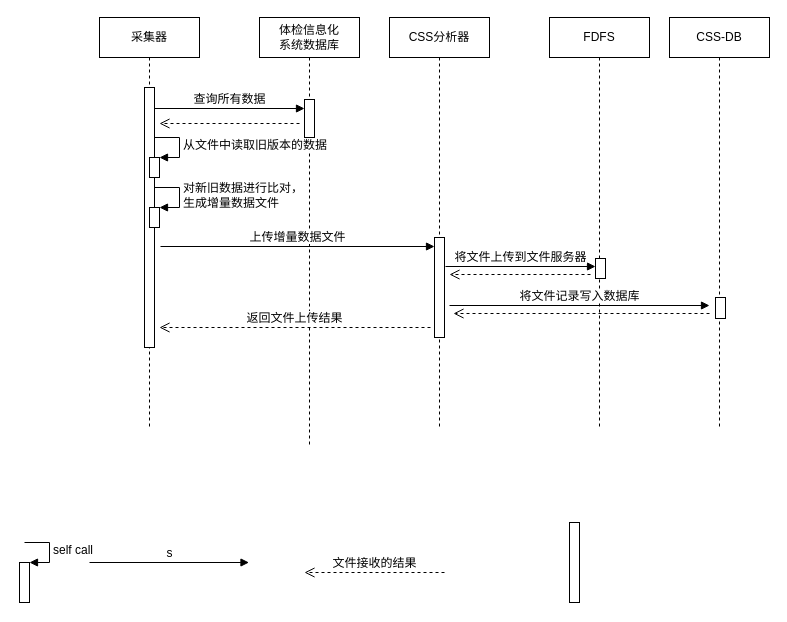
This is page "[sequence]incremental-sync" (2 of 4) of CSS/CSS.drawio from waterwatermelon/graph, a draw.io file, before an edit. Source tidied: cells renumbered, new cells numbered last; positions are measured from the earlier drawing's top-left corner, leaving out a move shared by most shapes. Both pictures are drawn from the tidied source at 100%, with x=0, y=0 at pixel (19, 17).
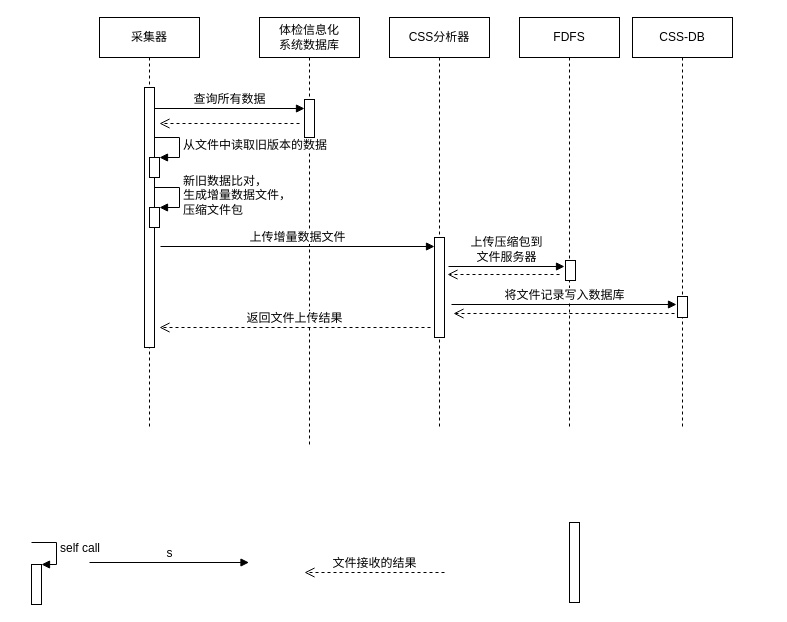
The same diagram, later.

The change refers to these unchanged cells:
```xml
<mxCell id="19" style="html=1;points=[];perimeter=orthogonalPerimeter;fontSize=12;" parent="1" vertex="1">
  <mxGeometry x="130" y="190" width="10" height="20" as="geometry" />
</mxCell>
```

Change to the diagram source:
```diff
@@
     <mxCell id="9" value="FDFS" style="shape=umlLifeline;perimeter=lifelinePerimeter;whiteSpace=wrap;html=1;fontSize=12;" parent="1" vertex="1">
-      <mxGeometry x="530" width="100" height="410" as="geometry" />
+      <mxGeometry x="500" width="100" height="410" as="geometry" />
     </mxCell>
@@
     <mxCell id="11" style="html=1;points=[];perimeter=orthogonalPerimeter;fontSize=12;" parent="1" vertex="1">
-      <mxGeometry y="545" width="10" height="40" as="geometry" />
+      <mxGeometry x="12" y="547" width="10" height="40" as="geometry" />
     </mxCell>
     <mxCell id="12" value="self call" style="edgeStyle=orthogonalEdgeStyle;html=1;align=left;spacingLeft=2;endArrow=block;rounded=0;entryX=1;entryY=0;fontSize=12;" parent="1" edge="1" target="11">
       <mxGeometry relative="1" as="geometry">
-        <mxPoint x="5" y="525" as="sourcePoint" />
+        <mxPoint x="12" y="525" as="sourcePoint" />
         <Array as="points">
-          <mxPoint x="30" y="525" />
+          <mxPoint x="37" y="525" />
         </Array>
       </mxGeometry>
     </mxCell>
@@
-    <mxCell id="20" value="对新旧数据进行比对，&lt;br&gt;生成增量数据文件" style="edgeStyle=orthogonalEdgeStyle;html=1;align=left;spacingLeft=2;endArrow=block;rounded=0;entryX=1;entryY=0;fontSize=12;" parent="1" edge="1" target="19">
+    <mxCell id="20" value="新旧数据比对，&lt;br&gt;生成增量数据文件，&lt;br&gt;压缩文件包" style="edgeStyle=orthogonalEdgeStyle;html=1;align=left;spacingLeft=2;endArrow=block;rounded=0;entryX=1;entryY=0;fontSize=12;" parent="1" edge="1" target="19">
       <mxGeometry relative="1" as="geometry">
         <mxPoint x="135" y="170" as="sourcePoint" />
         <Array as="points">
           <mxPoint x="160" y="170" />
         </Array>
       </mxGeometry>
     </mxCell>
@@
     <mxCell id="22" style="html=1;perimeter=orthogonalPerimeter;comic=0;fontSize=12;" parent="1" vertex="1">
-      <mxGeometry x="576" y="241" width="10" height="20" as="geometry" />
+      <mxGeometry x="546" y="243" width="10" height="20" as="geometry" />
     </mxCell>
-    <mxCell id="23" value="&lt;font style=&quot;font-size: 12px&quot;&gt;将文件上传到文件服务器&lt;/font&gt;" style="html=1;verticalAlign=bottom;endArrow=block;fontSize=12;" parent="1" edge="1">
+    <mxCell id="23" value="&lt;font style=&quot;font-size: 12px&quot;&gt;上传压缩包到&lt;br&gt;文件服务器&lt;/font&gt;" style="html=1;verticalAlign=bottom;endArrow=block;fontSize=12;" parent="1" edge="1">
       <mxGeometry relative="1" as="geometry">
-        <mxPoint x="426" y="249" as="sourcePoint" />
-        <mxPoint x="576" y="249" as="targetPoint" />
+        <mxPoint x="429" y="249" as="sourcePoint" />
+        <mxPoint x="545" y="249" as="targetPoint" />
       </mxGeometry>
     </mxCell>
     <mxCell id="24" style="html=1;verticalAlign=bottom;endArrow=open;dashed=1;endSize=8;fontSize=12;" parent="1" edge="1">
       <mxGeometry relative="1" as="geometry">
-        <mxPoint x="571" y="257" as="sourcePoint" />
-        <mxPoint x="430" y="257" as="targetPoint" />
+        <mxPoint x="540" y="257" as="sourcePoint" />
+        <mxPoint x="428" y="257" as="targetPoint" />
       </mxGeometry>
     </mxCell>
     <mxCell id="25" value="CSS-DB" style="shape=umlLifeline;perimeter=lifelinePerimeter;whiteSpace=wrap;html=1;fontSize=12;" parent="1" vertex="1">
-      <mxGeometry x="650" width="100" height="410" as="geometry" />
+      <mxGeometry x="613" width="100" height="410" as="geometry" />
     </mxCell>
-    <mxCell id="26" style="html=1;perimeter=orthogonalPerimeter;comic=0;fontSize=12;" parent="1" vertex="1">
-      <mxGeometry x="696" y="280" width="10" height="21" as="geometry" />
+    <mxCell id="26" style="html=1;perimeter=orthogonalPerimeter;comic=0;fontSize=12;" parent="25" vertex="1">
+      <mxGeometry x="45" y="279" width="10" height="21" as="geometry" />
     </mxCell>
     <mxCell id="27" value="将文件记录写入数据库" style="html=1;verticalAlign=bottom;endArrow=block;fontSize=12;" parent="1" edge="1">
       <mxGeometry relative="1" as="geometry">
-        <mxPoint x="430" y="288" as="sourcePoint" />
-        <mxPoint x="690" y="288" as="targetPoint" />
+        <mxPoint x="432" y="287" as="sourcePoint" />
+        <mxPoint x="657" y="287" as="targetPoint" />
       </mxGeometry>
     </mxCell>
     <mxCell id="28" style="html=1;verticalAlign=bottom;endArrow=open;dashed=1;endSize=8;fontSize=12;" parent="1" edge="1">
       <mxGeometry relative="1" as="geometry">
-        <mxPoint x="690" y="296" as="sourcePoint" />
+        <mxPoint x="655" y="296" as="sourcePoint" />
         <mxPoint x="434" y="296" as="targetPoint" />
       </mxGeometry>
     </mxCell>
```
